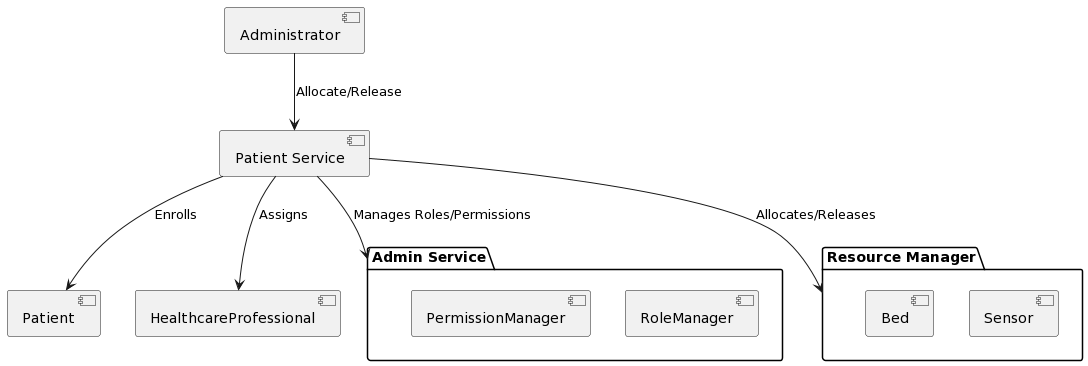
FlynnMa/MonitorMe_KatasSigmaConnectivity keeps this PlantUML diagram as img/HighlevelUseCaseAdmin.png. Above is the earlier version. Source of this version:
```plantuml
@startuml
package "Admin Service" {
  [RoleManager]
  [PermissionManager]
}

package "Resource Manager" {
  [Sensor]
  [Bed]
}

component Administrator
component Patient
component HealthcareProfessional
component "Patient Service" as patientService

Administrator --> patientService : Allocate/Release
patientService --> Patient : Enrolls
patientService --> "Resource Manager" : Allocates/Releases
patientService --> HealthcareProfessional : Assigns
patientService --> "Admin Service" : Manages Roles/Permissions
@enduml
```
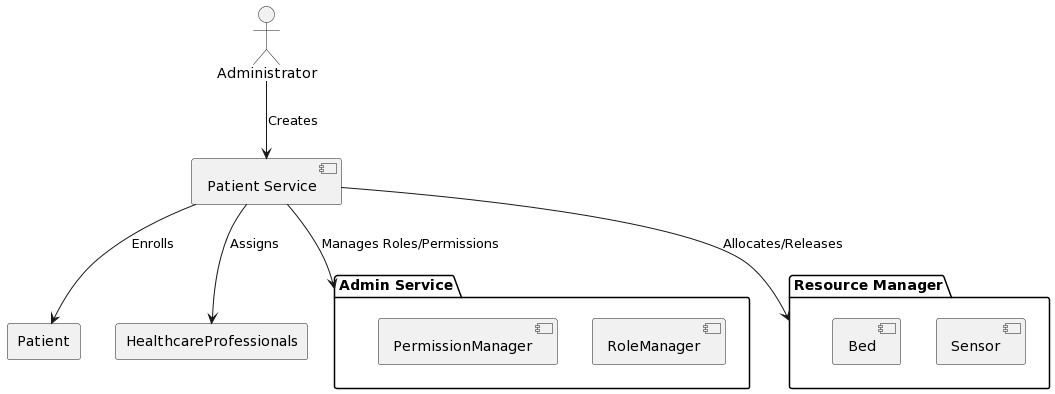
After the commit.

Commit message:
add source codes of uml

What changed in the source:
```diff
@@ -3,20 +3,19 @@
   [RoleManager]
   [PermissionManager]
 }
-
 package "Resource Manager" {
   [Sensor]
   [Bed]
 }
-
-component Administrator
-component Patient
-component HealthcareProfessional
+actor Administrator
+rectangle Patient
+rectangle HealthcareProfessionals
 component "Patient Service" as patientService
 
-Administrator --> patientService : Allocate/Release
+Administrator --> patientService : Creates
 patientService --> Patient : Enrolls
 patientService --> "Resource Manager" : Allocates/Releases
-patientService --> HealthcareProfessional : Assigns
+patientService --> HealthcareProfessionals : Assigns
+
 patientService --> "Admin Service" : Manages Roles/Permissions
 @enduml
```
